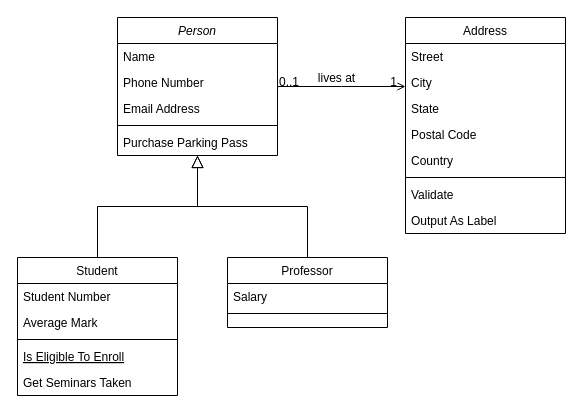
Before: Class Diagram 1.drawio in unicodeblaster/OOP, a draw.io diagram. Source tidied: cells renumbered, new cells numbered last; positions are measured from the earlier drawing's top-left corner, leaving out a move shared by most shapes. Both pictures are drawn from the tidied source at 100%, with x=0, y=0 at pixel (17, 17).
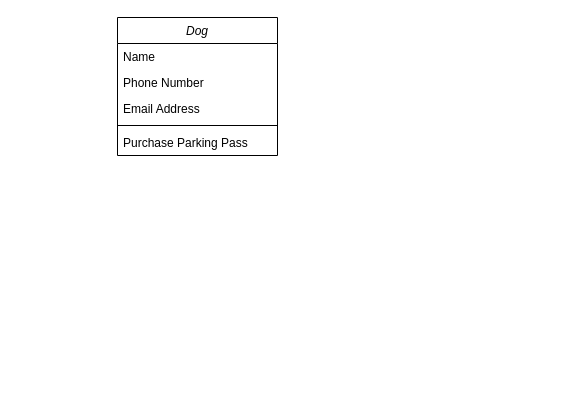
Above is the later version.

The edit, as a diff of the source:
```diff
@@
-    <mxCell id="2" value="Person" style="swimlane;fontStyle=2;align=center;verticalAlign=top;horizontal=1;startSize=26;rounded=0;shadow=0;strokeWidth=1;" parent="1" vertex="1">
+    <mxCell id="2" value="Dog" style="swimlane;fontStyle=2;align=center;verticalAlign=top;horizontal=1;startSize=26;rounded=0;shadow=0;strokeWidth=1;" parent="1" vertex="1">
       <mxGeometry x="100" width="160" height="138" as="geometry" />
     </mxCell>
@@
-    <mxCell id="8" value="Student" style="swimlane;fontStyle=0;align=center;verticalAlign=top;horizontal=1;startSize=26;rounded=0;shadow=0;strokeWidth=1;" parent="1" vertex="1">
-      <mxGeometry y="240" width="160" height="138" as="geometry" />
-    </mxCell>
-    <mxCell id="9" value="Student Number" style="text;align=left;verticalAlign=top;spacingLeft=4;spacingRight=4;overflow=hidden;" parent="8" vertex="1">
-      <mxGeometry y="26" width="160" height="26" as="geometry" />
-    </mxCell>
-    <mxCell id="10" value="Average Mark" style="text;align=left;verticalAlign=top;spacingLeft=4;spacingRight=4;overflow=hidden;rounded=0;shadow=0;html=0;" parent="8" vertex="1">
-      <mxGeometry y="52" width="160" height="26" as="geometry" />
-    </mxCell>
-    <mxCell id="11" style="line;html=1;strokeWidth=1;align=left;verticalAlign=middle;spacingTop=-1;spacingLeft=3;spacingRight=3;labelPosition=right;" parent="8" vertex="1">
-      <mxGeometry y="78" width="160" height="8" as="geometry" />
-    </mxCell>
-    <mxCell id="12" value="Is Eligible To Enroll" style="text;align=left;verticalAlign=top;spacingLeft=4;spacingRight=4;overflow=hidden;fontStyle=4;" parent="8" vertex="1">
-      <mxGeometry y="86" width="160" height="26" as="geometry" />
-    </mxCell>
-    <mxCell id="13" value="Get Seminars Taken" style="text;align=left;verticalAlign=top;spacingLeft=4;spacingRight=4;overflow=hidden;" parent="8" vertex="1">
-      <mxGeometry y="112" width="160" height="26" as="geometry" />
-    </mxCell>
-    <mxCell id="14" style="endArrow=block;endSize=10;endFill=0;shadow=0;strokeWidth=1;rounded=0;edgeStyle=elbowEdgeStyle;elbow=vertical;" parent="1" edge="1" source="8" target="2">
-      <mxGeometry relative="1" as="geometry" />
-    </mxCell>
-    <mxCell id="15" value="Professor" style="swimlane;fontStyle=0;align=center;verticalAlign=top;horizontal=1;startSize=26;rounded=0;shadow=0;strokeWidth=1;" parent="1" vertex="1">
-      <mxGeometry x="210" y="240" width="160" height="70" as="geometry" />
-    </mxCell>
-    <mxCell id="16" value="Salary" style="text;align=left;verticalAlign=top;spacingLeft=4;spacingRight=4;overflow=hidden;" parent="15" vertex="1">
-      <mxGeometry y="26" width="160" height="26" as="geometry" />
-    </mxCell>
-    <mxCell id="17" style="line;html=1;strokeWidth=1;align=left;verticalAlign=middle;spacingTop=-1;spacingLeft=3;spacingRight=3;labelPosition=right;" parent="15" vertex="1">
-      <mxGeometry y="52" width="160" height="8" as="geometry" />
-    </mxCell>
-    <mxCell id="18" style="endArrow=block;endSize=10;endFill=0;shadow=0;strokeWidth=1;rounded=0;edgeStyle=elbowEdgeStyle;elbow=vertical;" parent="1" edge="1" source="15" target="2">
-      <mxGeometry relative="1" as="geometry" />
-    </mxCell>
-    <mxCell id="19" value="Address" style="swimlane;fontStyle=0;align=center;verticalAlign=top;horizontal=1;startSize=26;rounded=0;shadow=0;strokeWidth=1;" parent="1" vertex="1">
-      <mxGeometry x="388" width="160" height="216" as="geometry" />
-    </mxCell>
-    <mxCell id="20" value="Street" style="text;align=left;verticalAlign=top;spacingLeft=4;spacingRight=4;overflow=hidden;" parent="19" vertex="1">
-      <mxGeometry y="26" width="160" height="26" as="geometry" />
-    </mxCell>
-    <mxCell id="21" value="City" style="text;align=left;verticalAlign=top;spacingLeft=4;spacingRight=4;overflow=hidden;rounded=0;shadow=0;html=0;" parent="19" vertex="1">
-      <mxGeometry y="52" width="160" height="26" as="geometry" />
-    </mxCell>
-    <mxCell id="22" value="State" style="text;align=left;verticalAlign=top;spacingLeft=4;spacingRight=4;overflow=hidden;rounded=0;shadow=0;html=0;" parent="19" vertex="1">
-      <mxGeometry y="78" width="160" height="26" as="geometry" />
-    </mxCell>
-    <mxCell id="23" value="Postal Code" style="text;align=left;verticalAlign=top;spacingLeft=4;spacingRight=4;overflow=hidden;rounded=0;shadow=0;html=0;" parent="19" vertex="1">
-      <mxGeometry y="104" width="160" height="26" as="geometry" />
-    </mxCell>
-    <mxCell id="24" value="Country" style="text;align=left;verticalAlign=top;spacingLeft=4;spacingRight=4;overflow=hidden;rounded=0;shadow=0;html=0;" parent="19" vertex="1">
-      <mxGeometry y="130" width="160" height="26" as="geometry" />
-    </mxCell>
-    <mxCell id="25" style="line;html=1;strokeWidth=1;align=left;verticalAlign=middle;spacingTop=-1;spacingLeft=3;spacingRight=3;labelPosition=right;" parent="19" vertex="1">
-      <mxGeometry y="156" width="160" height="8" as="geometry" />
-    </mxCell>
-    <mxCell id="26" value="Validate" style="text;align=left;verticalAlign=top;spacingLeft=4;spacingRight=4;overflow=hidden;" parent="19" vertex="1">
-      <mxGeometry y="164" width="160" height="26" as="geometry" />
-    </mxCell>
-    <mxCell id="27" value="Output As Label" style="text;align=left;verticalAlign=top;spacingLeft=4;spacingRight=4;overflow=hidden;" parent="19" vertex="1">
-      <mxGeometry y="190" width="160" height="26" as="geometry" />
-    </mxCell>
-    <mxCell id="28" style="endArrow=open;shadow=0;strokeWidth=1;rounded=0;endFill=1;edgeStyle=elbowEdgeStyle;elbow=vertical;" parent="1" edge="1" source="2" target="19">
-      <mxGeometry x="0.5" y="41" relative="1" as="geometry">
-        <mxPoint x="-40" y="32" as="offset" />
-      </mxGeometry>
-    </mxCell>
-    <mxCell id="29" value="0..1" style="align=left;verticalAlign=bottom;labelBackgroundColor=none;fontSize=12;" parent="28" vertex="1">
-      <mxGeometry x="-1" relative="1" as="geometry">
-        <mxPoint y="4" as="offset" />
-      </mxGeometry>
-    </mxCell>
-    <mxCell id="30" value="1" style="align=right;verticalAlign=bottom;labelBackgroundColor=none;fontSize=12;" parent="28" vertex="1">
-      <mxGeometry x="1" relative="1" as="geometry">
-        <mxPoint x="-7" y="4" as="offset" />
-      </mxGeometry>
-    </mxCell>
-    <mxCell id="31" value="lives at" style="text;html=1;align=center;verticalAlign=middle;labelBackgroundColor=none;rounded=0;shadow=0;strokeWidth=1;fontSize=12;" parent="28" vertex="1">
-      <mxGeometry x="0.5" y="49" relative="1" as="geometry">
-        <mxPoint x="-38" y="40" as="offset" />
-      </mxGeometry>
-    </mxCell>
```
